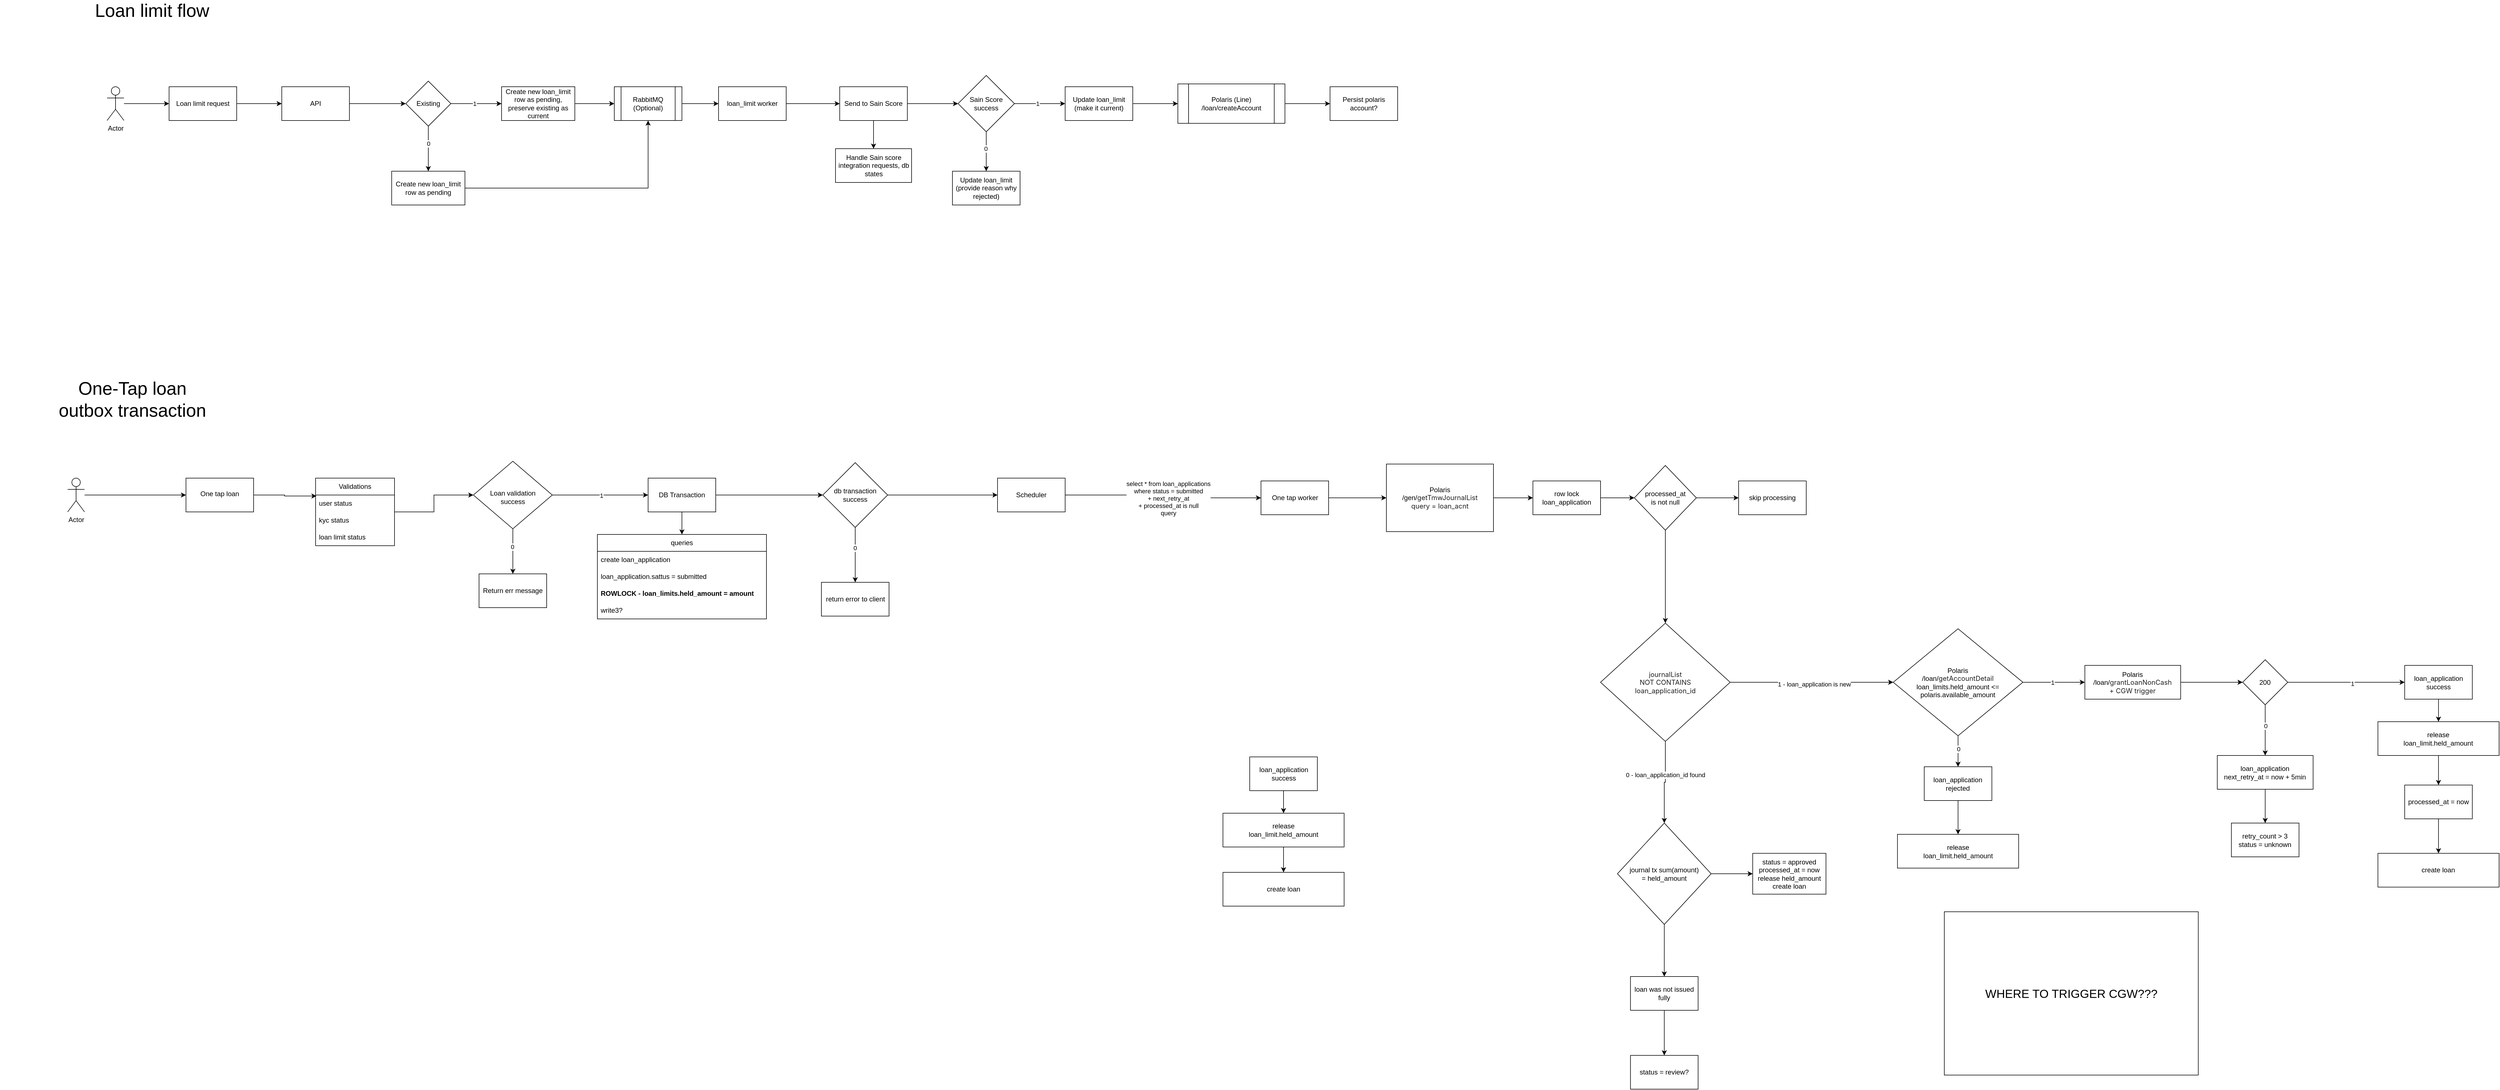
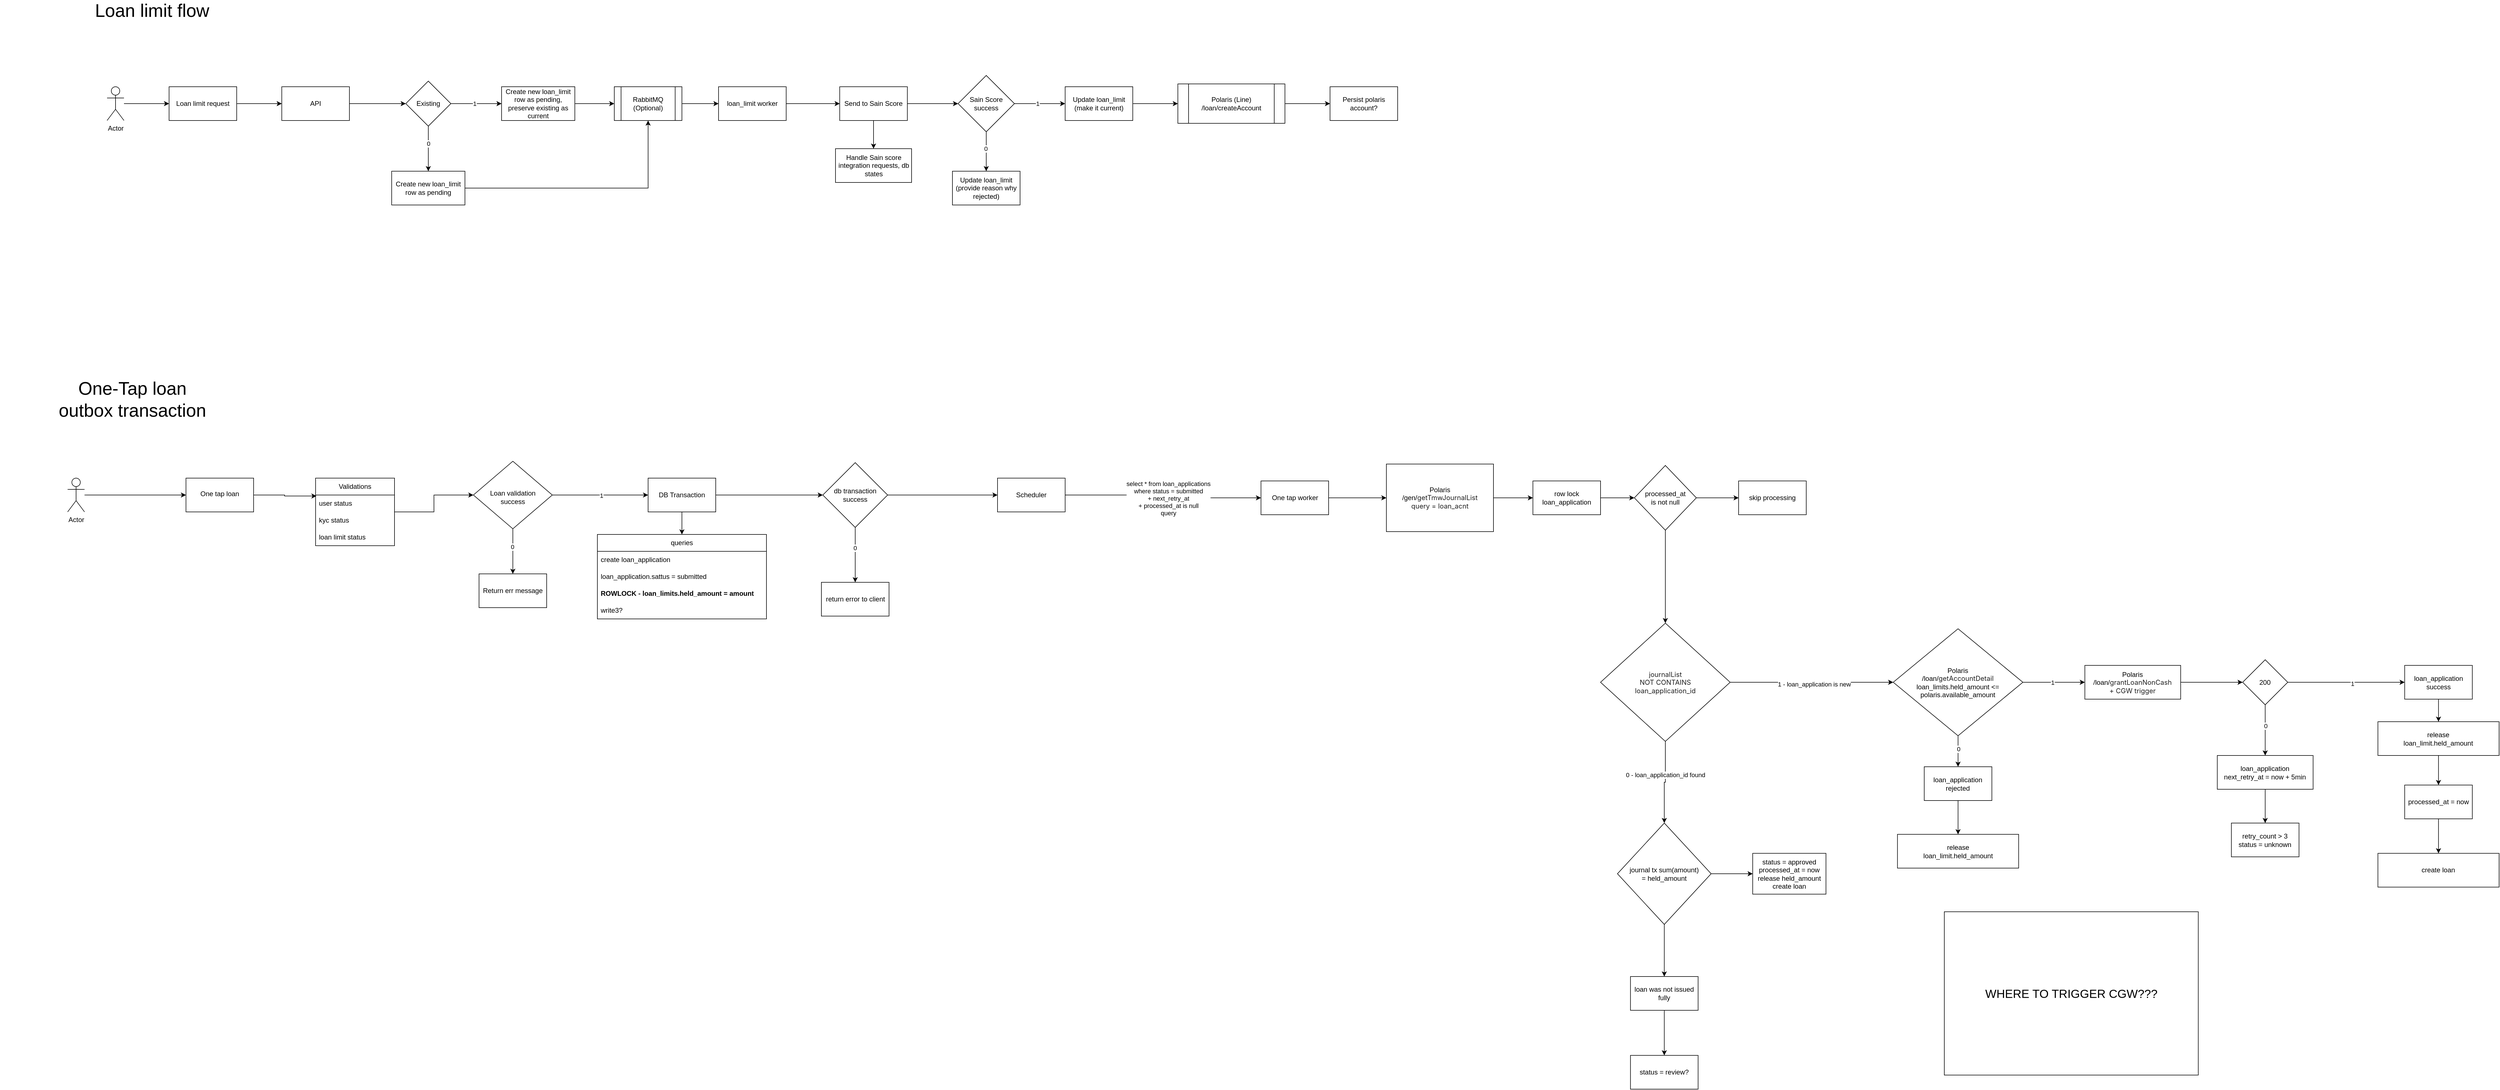
<mxfile host="app.diagrams.net">
  <diagram name="Page-1" id="VCBSuIh8bz7kurrQ0Zaz">
-     <mxGraphModel dx="2067" dy="712" grid="1" gridSize="10" guides="1" tooltips="1" connect="1" arrows="1" fold="1" page="1" pageScale="1" pageWidth="850" pageHeight="1100" math="0" shadow="0">
+     <mxGraphModel dx="2125" dy="746" grid="1" gridSize="10" guides="1" tooltips="1" connect="1" arrows="1" fold="1" page="1" pageScale="1" pageWidth="850" pageHeight="1100" math="0" shadow="0">
      <root>
        <mxCell id="0" />
        <mxCell id="1" parent="0" />
        <mxCell id="KqixbsF9o6dLofBvsG9t-5" edge="1" parent="1" source="KqixbsF9o6dLofBvsG9t-1" style="edgeStyle=orthogonalEdgeStyle;rounded=0;orthogonalLoop=1;jettySize=auto;html=1;" target="KqixbsF9o6dLofBvsG9t-4" value="">
          <mxGeometry relative="1" as="geometry" />
        </mxCell>
        <mxCell id="KqixbsF9o6dLofBvsG9t-1" parent="1" style="rounded=0;whiteSpace=wrap;html=1;" value="Loan limit request" vertex="1">
          <mxGeometry height="60" width="120" x="150" y="210" as="geometry" />
        </mxCell>
        <mxCell id="KqixbsF9o6dLofBvsG9t-3" edge="1" parent="1" source="KqixbsF9o6dLofBvsG9t-2" style="edgeStyle=orthogonalEdgeStyle;rounded=0;orthogonalLoop=1;jettySize=auto;html=1;" target="KqixbsF9o6dLofBvsG9t-1" value="">
          <mxGeometry relative="1" as="geometry" />
        </mxCell>
        <mxCell id="KqixbsF9o6dLofBvsG9t-2" parent="1" style="shape=umlActor;verticalLabelPosition=bottom;verticalAlign=top;html=1;outlineConnect=0;" value="Actor" vertex="1">
          <mxGeometry height="60" width="30" x="40" y="210" as="geometry" />
        </mxCell>
        <mxCell id="KqixbsF9o6dLofBvsG9t-9" edge="1" parent="1" source="KqixbsF9o6dLofBvsG9t-4" style="edgeStyle=orthogonalEdgeStyle;rounded=0;orthogonalLoop=1;jettySize=auto;html=1;" target="KqixbsF9o6dLofBvsG9t-8" value="">
          <mxGeometry relative="1" as="geometry" />
        </mxCell>
        <mxCell id="KqixbsF9o6dLofBvsG9t-4" parent="1" style="rounded=0;whiteSpace=wrap;html=1;" value="API" vertex="1">
          <mxGeometry height="60" width="120" x="350" y="210" as="geometry" />
        </mxCell>
        <mxCell id="KqixbsF9o6dLofBvsG9t-11" edge="1" parent="1" source="KqixbsF9o6dLofBvsG9t-8" style="edgeStyle=orthogonalEdgeStyle;rounded=0;orthogonalLoop=1;jettySize=auto;html=1;" target="KqixbsF9o6dLofBvsG9t-10" value="">
          <mxGeometry relative="1" as="geometry" />
        </mxCell>
        <mxCell id="KqixbsF9o6dLofBvsG9t-12" connectable="0" parent="KqixbsF9o6dLofBvsG9t-11" style="edgeLabel;html=1;align=center;verticalAlign=middle;resizable=0;points=[];" value="1" vertex="1">
          <mxGeometry relative="1" x="-0.079" as="geometry">
            <mxPoint as="offset" />
          </mxGeometry>
        </mxCell>
        <mxCell id="KqixbsF9o6dLofBvsG9t-14" edge="1" parent="1" source="KqixbsF9o6dLofBvsG9t-8" style="edgeStyle=orthogonalEdgeStyle;rounded=0;orthogonalLoop=1;jettySize=auto;html=1;" target="KqixbsF9o6dLofBvsG9t-13" value="">
          <mxGeometry relative="1" as="geometry" />
        </mxCell>
        <mxCell id="KqixbsF9o6dLofBvsG9t-15" connectable="0" parent="KqixbsF9o6dLofBvsG9t-14" style="edgeLabel;html=1;align=center;verticalAlign=middle;resizable=0;points=[];" value="0" vertex="1">
          <mxGeometry relative="1" x="-0.2407" as="geometry">
            <mxPoint as="offset" />
          </mxGeometry>
        </mxCell>
        <mxCell id="KqixbsF9o6dLofBvsG9t-8" parent="1" style="rhombus;whiteSpace=wrap;html=1;rounded=0;" value="Existing" vertex="1">
          <mxGeometry height="80" width="80" x="570" y="200" as="geometry" />
        </mxCell>
        <mxCell id="KqixbsF9o6dLofBvsG9t-23" edge="1" parent="1" source="KqixbsF9o6dLofBvsG9t-10" style="edgeStyle=orthogonalEdgeStyle;rounded=0;orthogonalLoop=1;jettySize=auto;html=1;" target="KqixbsF9o6dLofBvsG9t-22" value="">
          <mxGeometry relative="1" as="geometry" />
        </mxCell>
        <mxCell id="KqixbsF9o6dLofBvsG9t-10" parent="1" style="whiteSpace=wrap;html=1;rounded=0;" value="Create new loan_limit row as pending, preserve existing as current" vertex="1">
          <mxGeometry height="60" width="130" x="740" y="210" as="geometry" />
        </mxCell>
        <mxCell id="KqixbsF9o6dLofBvsG9t-26" edge="1" parent="1" source="KqixbsF9o6dLofBvsG9t-13" style="edgeStyle=orthogonalEdgeStyle;rounded=0;orthogonalLoop=1;jettySize=auto;html=1;entryX=0.5;entryY=1;entryDx=0;entryDy=0;" target="KqixbsF9o6dLofBvsG9t-22">
          <mxGeometry relative="1" as="geometry" />
        </mxCell>
        <mxCell id="KqixbsF9o6dLofBvsG9t-13" parent="1" style="whiteSpace=wrap;html=1;rounded=0;" value="Create new loan_limit row as pending" vertex="1">
          <mxGeometry height="60" width="130" x="545" y="360" as="geometry" />
        </mxCell>
        <mxCell id="KqixbsF9o6dLofBvsG9t-25" edge="1" parent="1" source="KqixbsF9o6dLofBvsG9t-22" style="edgeStyle=orthogonalEdgeStyle;rounded=0;orthogonalLoop=1;jettySize=auto;html=1;" target="KqixbsF9o6dLofBvsG9t-24" value="">
          <mxGeometry relative="1" as="geometry" />
        </mxCell>
        <mxCell id="KqixbsF9o6dLofBvsG9t-22" parent="1" style="shape=process;whiteSpace=wrap;html=1;backgroundOutline=1;rounded=0;" value="RabbitMQ (Optional)" vertex="1">
          <mxGeometry height="60" width="120" x="940" y="210" as="geometry" />
        </mxCell>
        <mxCell id="KqixbsF9o6dLofBvsG9t-28" edge="1" parent="1" source="KqixbsF9o6dLofBvsG9t-24" style="edgeStyle=orthogonalEdgeStyle;rounded=0;orthogonalLoop=1;jettySize=auto;html=1;" target="KqixbsF9o6dLofBvsG9t-27" value="">
          <mxGeometry relative="1" as="geometry" />
        </mxCell>
        <mxCell id="KqixbsF9o6dLofBvsG9t-24" parent="1" style="whiteSpace=wrap;html=1;rounded=0;" value="loan_limit worker" vertex="1">
          <mxGeometry height="60" width="120" x="1125" y="210" as="geometry" />
        </mxCell>
        <mxCell id="KqixbsF9o6dLofBvsG9t-30" edge="1" parent="1" source="KqixbsF9o6dLofBvsG9t-27" style="edgeStyle=orthogonalEdgeStyle;rounded=0;orthogonalLoop=1;jettySize=auto;html=1;" target="KqixbsF9o6dLofBvsG9t-29" value="">
          <mxGeometry relative="1" as="geometry" />
        </mxCell>
        <mxCell id="KqixbsF9o6dLofBvsG9t-38" edge="1" parent="1" source="KqixbsF9o6dLofBvsG9t-27" style="edgeStyle=orthogonalEdgeStyle;rounded=0;orthogonalLoop=1;jettySize=auto;html=1;" target="KqixbsF9o6dLofBvsG9t-37" value="">
          <mxGeometry relative="1" as="geometry" />
        </mxCell>
        <mxCell id="KqixbsF9o6dLofBvsG9t-27" parent="1" style="whiteSpace=wrap;html=1;rounded=0;" value="Send to Sain Score" vertex="1">
          <mxGeometry height="60" width="120" x="1340" y="210" as="geometry" />
        </mxCell>
        <mxCell id="KqixbsF9o6dLofBvsG9t-32" edge="1" parent="1" source="KqixbsF9o6dLofBvsG9t-29" style="edgeStyle=orthogonalEdgeStyle;rounded=0;orthogonalLoop=1;jettySize=auto;html=1;" target="KqixbsF9o6dLofBvsG9t-31" value="">
          <mxGeometry relative="1" as="geometry" />
        </mxCell>
        <mxCell id="KqixbsF9o6dLofBvsG9t-33" connectable="0" parent="KqixbsF9o6dLofBvsG9t-32" style="edgeLabel;html=1;align=center;verticalAlign=middle;resizable=0;points=[];" value="1" vertex="1">
          <mxGeometry relative="1" x="-0.1048" as="geometry">
            <mxPoint as="offset" />
          </mxGeometry>
        </mxCell>
        <mxCell id="KqixbsF9o6dLofBvsG9t-35" edge="1" parent="1" source="KqixbsF9o6dLofBvsG9t-29" style="edgeStyle=orthogonalEdgeStyle;rounded=0;orthogonalLoop=1;jettySize=auto;html=1;" target="KqixbsF9o6dLofBvsG9t-34" value="">
          <mxGeometry relative="1" as="geometry" />
        </mxCell>
        <mxCell id="KqixbsF9o6dLofBvsG9t-36" connectable="0" parent="KqixbsF9o6dLofBvsG9t-35" style="edgeLabel;html=1;align=center;verticalAlign=middle;resizable=0;points=[];" value="0" vertex="1">
          <mxGeometry relative="1" x="-0.1429" y="-1" as="geometry">
            <mxPoint as="offset" />
          </mxGeometry>
        </mxCell>
        <mxCell id="KqixbsF9o6dLofBvsG9t-29" parent="1" style="rhombus;whiteSpace=wrap;html=1;rounded=0;" value="Sain Score success" vertex="1">
          <mxGeometry height="100" width="100" x="1550" y="190" as="geometry" />
        </mxCell>
        <mxCell id="KqixbsF9o6dLofBvsG9t-66" edge="1" parent="1" source="KqixbsF9o6dLofBvsG9t-31" style="edgeStyle=orthogonalEdgeStyle;rounded=0;orthogonalLoop=1;jettySize=auto;html=1;" target="KqixbsF9o6dLofBvsG9t-65" value="">
          <mxGeometry relative="1" as="geometry" />
        </mxCell>
        <mxCell id="KqixbsF9o6dLofBvsG9t-31" parent="1" style="whiteSpace=wrap;html=1;rounded=0;" value="Update loan_limit (make it current)" vertex="1">
          <mxGeometry height="60" width="120" x="1740" y="210" as="geometry" />
        </mxCell>
        <mxCell id="KqixbsF9o6dLofBvsG9t-34" parent="1" style="whiteSpace=wrap;html=1;rounded=0;" value="Update loan_limit&lt;br&gt;(provide reason why rejected)" vertex="1">
          <mxGeometry height="60" width="120" x="1540" y="360" as="geometry" />
        </mxCell>
        <mxCell id="KqixbsF9o6dLofBvsG9t-37" parent="1" style="whiteSpace=wrap;html=1;rounded=0;" value="Handle Sain score integration requests, db states" vertex="1">
          <mxGeometry height="60" width="135" x="1332.5" y="320" as="geometry" />
        </mxCell>
        <mxCell id="KqixbsF9o6dLofBvsG9t-40" parent="1" style="text;html=1;whiteSpace=wrap;strokeColor=none;fillColor=none;align=center;verticalAlign=middle;rounded=0;fontSize=32;" value="Loan limit flow" vertex="1">
          <mxGeometry height="30" width="260" x="-10" y="60" as="geometry" />
        </mxCell>
        <mxCell id="KqixbsF9o6dLofBvsG9t-74" edge="1" parent="1" source="KqixbsF9o6dLofBvsG9t-65" style="edgeStyle=orthogonalEdgeStyle;rounded=0;orthogonalLoop=1;jettySize=auto;html=1;" target="KqixbsF9o6dLofBvsG9t-73" value="">
          <mxGeometry relative="1" as="geometry" />
        </mxCell>
        <mxCell id="KqixbsF9o6dLofBvsG9t-65" parent="1" style="shape=process;whiteSpace=wrap;html=1;backgroundOutline=1;rounded=0;" value="Polaris (Line)&lt;br&gt;/loan/createAccount" vertex="1">
          <mxGeometry height="70" width="190" x="1940" y="205" as="geometry" />
        </mxCell>
        <mxCell id="KqixbsF9o6dLofBvsG9t-73" parent="1" style="whiteSpace=wrap;html=1;rounded=0;" value="Persist polaris account?" vertex="1">
          <mxGeometry height="60" width="120" x="2210" y="210" as="geometry" />
        </mxCell>
        <mxCell id="U8Ajh8Gpa-m2DNKNFQys-1" parent="1" style="text;html=1;whiteSpace=wrap;strokeColor=none;fillColor=none;align=center;verticalAlign=middle;rounded=0;fontSize=32;" value="One-Tap loan&lt;br&gt;outbox transaction" vertex="1">
          <mxGeometry height="30" width="470" x="-150" y="750" as="geometry" />
        </mxCell>
        <mxCell id="In8fDh9ZLN2M87an2Miy-1" edge="1" parent="1" source="In8fDh9ZLN2M87an2Miy-2" style="edgeStyle=orthogonalEdgeStyle;rounded=0;orthogonalLoop=1;jettySize=auto;html=1;" target="In8fDh9ZLN2M87an2Miy-4" value="">
          <mxGeometry relative="1" as="geometry" />
        </mxCell>
        <mxCell id="In8fDh9ZLN2M87an2Miy-2" parent="1" style="shape=umlActor;verticalLabelPosition=bottom;verticalAlign=top;html=1;outlineConnect=0;" value="Actor" vertex="1">
          <mxGeometry height="60" width="30" x="-30" y="905" as="geometry" />
        </mxCell>
        <mxCell id="In8fDh9ZLN2M87an2Miy-3" edge="1" parent="1" source="In8fDh9ZLN2M87an2Miy-4" style="edgeStyle=orthogonalEdgeStyle;rounded=0;orthogonalLoop=1;jettySize=auto;html=1;entryX=0.011;entryY=0.06;entryDx=0;entryDy=0;entryPerimeter=0;" target="In8fDh9ZLN2M87an2Miy-28" value="">
          <mxGeometry relative="1" as="geometry">
            <mxPoint x="390" y="935" as="targetPoint" />
          </mxGeometry>
        </mxCell>
        <mxCell id="In8fDh9ZLN2M87an2Miy-4" parent="1" style="whiteSpace=wrap;html=1;verticalAlign=top;" value="&lt;div&gt;&lt;br&gt;&lt;/div&gt;&lt;div&gt;One tap loan&lt;/div&gt;" vertex="1">
          <mxGeometry height="60" width="120" x="180" y="905" as="geometry" />
        </mxCell>
        <mxCell id="In8fDh9ZLN2M87an2Miy-5" edge="1" parent="1" source="In8fDh9ZLN2M87an2Miy-9" style="edgeStyle=orthogonalEdgeStyle;rounded=0;orthogonalLoop=1;jettySize=auto;html=1;" target="In8fDh9ZLN2M87an2Miy-12" value="">
          <mxGeometry relative="1" as="geometry" />
        </mxCell>
        <mxCell id="In8fDh9ZLN2M87an2Miy-6" connectable="0" parent="In8fDh9ZLN2M87an2Miy-5" style="edgeLabel;html=1;align=center;verticalAlign=middle;resizable=0;points=[];" value="1" vertex="1">
          <mxGeometry relative="1" x="0.0162" y="-1" as="geometry">
            <mxPoint as="offset" />
          </mxGeometry>
        </mxCell>
        <mxCell id="In8fDh9ZLN2M87an2Miy-7" edge="1" parent="1" source="In8fDh9ZLN2M87an2Miy-9" style="edgeStyle=orthogonalEdgeStyle;rounded=0;orthogonalLoop=1;jettySize=auto;html=1;" target="In8fDh9ZLN2M87an2Miy-13" value="">
          <mxGeometry relative="1" as="geometry" />
        </mxCell>
        <mxCell id="In8fDh9ZLN2M87an2Miy-8" connectable="0" parent="In8fDh9ZLN2M87an2Miy-7" style="edgeLabel;html=1;align=center;verticalAlign=middle;resizable=0;points=[];" value="0" vertex="1">
          <mxGeometry relative="1" x="-0.2091" y="-1" as="geometry">
            <mxPoint as="offset" />
          </mxGeometry>
        </mxCell>
        <mxCell id="In8fDh9ZLN2M87an2Miy-9" parent="1" style="rhombus;whiteSpace=wrap;html=1;verticalAlign=top;" value="&lt;br&gt;&lt;br&gt;&lt;div&gt;&lt;br&gt;&lt;/div&gt;&lt;div&gt;Loan validation&lt;br&gt;success&lt;/div&gt;" vertex="1">
          <mxGeometry height="120" width="140" x="690" y="875" as="geometry" />
        </mxCell>
        <mxCell id="In8fDh9ZLN2M87an2Miy-10" edge="1" parent="1" source="In8fDh9ZLN2M87an2Miy-12" style="edgeStyle=orthogonalEdgeStyle;rounded=0;orthogonalLoop=1;jettySize=auto;html=1;entryX=0.5;entryY=0;entryDx=0;entryDy=0;" target="In8fDh9ZLN2M87an2Miy-14">
          <mxGeometry relative="1" as="geometry" />
        </mxCell>
        <mxCell id="In8fDh9ZLN2M87an2Miy-54" edge="1" parent="1" source="In8fDh9ZLN2M87an2Miy-105" style="edgeStyle=orthogonalEdgeStyle;rounded=0;orthogonalLoop=1;jettySize=auto;html=1;exitX=1;exitY=0.5;exitDx=0;exitDy=0;" target="In8fDh9ZLN2M87an2Miy-53" value="">
          <mxGeometry relative="1" as="geometry">
            <mxPoint x="1830" y="940" as="sourcePoint" />
          </mxGeometry>
        </mxCell>
        <mxCell id="In8fDh9ZLN2M87an2Miy-55" connectable="0" parent="In8fDh9ZLN2M87an2Miy-54" style="edgeLabel;html=1;align=center;verticalAlign=middle;resizable=0;points=[];" value="select * from loan_applications&lt;br&gt;where status = submitted&lt;br&gt;+ next_retry_at&lt;br&gt;+ processed_at is null&lt;br&gt;query" vertex="1">
          <mxGeometry relative="1" x="0.0637" y="-1" as="geometry">
            <mxPoint as="offset" />
          </mxGeometry>
        </mxCell>
        <mxCell id="In8fDh9ZLN2M87an2Miy-99" edge="1" parent="1" source="In8fDh9ZLN2M87an2Miy-12" style="edgeStyle=orthogonalEdgeStyle;rounded=0;orthogonalLoop=1;jettySize=auto;html=1;" target="In8fDh9ZLN2M87an2Miy-98" value="">
          <mxGeometry relative="1" as="geometry" />
        </mxCell>
        <mxCell id="In8fDh9ZLN2M87an2Miy-12" parent="1" style="whiteSpace=wrap;html=1;verticalAlign=middle;" value="DB Transaction" vertex="1">
          <mxGeometry height="60" width="120" x="1000" y="905" as="geometry" />
        </mxCell>
        <mxCell id="In8fDh9ZLN2M87an2Miy-13" parent="1" style="whiteSpace=wrap;html=1;verticalAlign=middle;" value="Return err message" vertex="1">
          <mxGeometry height="60" width="120" x="700" y="1075" as="geometry" />
        </mxCell>
        <mxCell id="In8fDh9ZLN2M87an2Miy-14" parent="1" style="swimlane;fontStyle=0;childLayout=stackLayout;horizontal=1;startSize=30;horizontalStack=0;resizeParent=1;resizeParentMax=0;resizeLast=0;collapsible=1;marginBottom=0;whiteSpace=wrap;html=1;" value="queries" vertex="1">
          <mxGeometry height="150" width="300" x="910" y="1005" as="geometry" />
        </mxCell>
        <mxCell id="In8fDh9ZLN2M87an2Miy-15" parent="In8fDh9ZLN2M87an2Miy-14" style="text;strokeColor=none;fillColor=none;align=left;verticalAlign=middle;spacingLeft=4;spacingRight=4;overflow=hidden;points=[[0,0.5],[1,0.5]];portConstraint=eastwest;rotatable=0;whiteSpace=wrap;html=1;" value="create loan_application" vertex="1">
          <mxGeometry height="30" width="300" y="30" as="geometry" />
        </mxCell>
        <mxCell id="In8fDh9ZLN2M87an2Miy-104" parent="In8fDh9ZLN2M87an2Miy-14" style="text;strokeColor=none;fillColor=none;align=left;verticalAlign=middle;spacingLeft=4;spacingRight=4;overflow=hidden;points=[[0,0.5],[1,0.5]];portConstraint=eastwest;rotatable=0;whiteSpace=wrap;html=1;" value="loan_application.sattus = submitted" vertex="1">
          <mxGeometry height="30" width="300" y="60" as="geometry" />
        </mxCell>
        <mxCell id="In8fDh9ZLN2M87an2Miy-16" parent="In8fDh9ZLN2M87an2Miy-14" style="text;strokeColor=none;fillColor=none;align=left;verticalAlign=middle;spacingLeft=4;spacingRight=4;overflow=hidden;points=[[0,0.5],[1,0.5]];portConstraint=eastwest;rotatable=0;whiteSpace=wrap;html=1;fontStyle=1" value="ROWLOCK - loan_limits.held_amount = amount" vertex="1">
          <mxGeometry height="30" width="300" y="90" as="geometry" />
        </mxCell>
        <mxCell id="In8fDh9ZLN2M87an2Miy-17" parent="In8fDh9ZLN2M87an2Miy-14" style="text;strokeColor=none;fillColor=none;align=left;verticalAlign=middle;spacingLeft=4;spacingRight=4;overflow=hidden;points=[[0,0.5],[1,0.5]];portConstraint=eastwest;rotatable=0;whiteSpace=wrap;html=1;" value="write3?" vertex="1">
          <mxGeometry height="30" width="300" y="120" as="geometry" />
        </mxCell>
        <mxCell id="In8fDh9ZLN2M87an2Miy-32" edge="1" parent="1" source="In8fDh9ZLN2M87an2Miy-27" style="edgeStyle=orthogonalEdgeStyle;rounded=0;orthogonalLoop=1;jettySize=auto;html=1;entryX=0;entryY=0.5;entryDx=0;entryDy=0;" target="In8fDh9ZLN2M87an2Miy-9">
          <mxGeometry relative="1" as="geometry" />
        </mxCell>
        <mxCell id="In8fDh9ZLN2M87an2Miy-27" parent="1" style="swimlane;fontStyle=0;childLayout=stackLayout;horizontal=1;startSize=30;horizontalStack=0;resizeParent=1;resizeParentMax=0;resizeLast=0;collapsible=1;marginBottom=0;whiteSpace=wrap;html=1;" value="Validations" vertex="1">
          <mxGeometry height="120" width="140" x="410" y="905" as="geometry" />
        </mxCell>
        <mxCell id="In8fDh9ZLN2M87an2Miy-28" parent="In8fDh9ZLN2M87an2Miy-27" style="text;strokeColor=none;fillColor=none;align=left;verticalAlign=middle;spacingLeft=4;spacingRight=4;overflow=hidden;points=[[0,0.5],[1,0.5]];portConstraint=eastwest;rotatable=0;whiteSpace=wrap;html=1;" value="user status" vertex="1">
          <mxGeometry height="30" width="140" y="30" as="geometry" />
        </mxCell>
        <mxCell id="In8fDh9ZLN2M87an2Miy-29" parent="In8fDh9ZLN2M87an2Miy-27" style="text;strokeColor=none;fillColor=none;align=left;verticalAlign=middle;spacingLeft=4;spacingRight=4;overflow=hidden;points=[[0,0.5],[1,0.5]];portConstraint=eastwest;rotatable=0;whiteSpace=wrap;html=1;" value="kyc status" vertex="1">
          <mxGeometry height="30" width="140" y="60" as="geometry" />
        </mxCell>
        <mxCell id="In8fDh9ZLN2M87an2Miy-33" parent="In8fDh9ZLN2M87an2Miy-27" style="text;strokeColor=none;fillColor=none;align=left;verticalAlign=middle;spacingLeft=4;spacingRight=4;overflow=hidden;points=[[0,0.5],[1,0.5]];portConstraint=eastwest;rotatable=0;whiteSpace=wrap;html=1;" value="loan limit status" vertex="1">
          <mxGeometry height="30" width="140" y="90" as="geometry" />
        </mxCell>
        <mxCell id="In8fDh9ZLN2M87an2Miy-116" edge="1" parent="1" source="In8fDh9ZLN2M87an2Miy-53" style="edgeStyle=orthogonalEdgeStyle;rounded=0;orthogonalLoop=1;jettySize=auto;html=1;entryX=0;entryY=0.5;entryDx=0;entryDy=0;" target="In8fDh9ZLN2M87an2Miy-68">
          <mxGeometry relative="1" as="geometry" />
        </mxCell>
        <mxCell id="In8fDh9ZLN2M87an2Miy-53" parent="1" style="whiteSpace=wrap;html=1;" value="One tap worker" vertex="1">
          <mxGeometry height="60" width="120" x="2087.5" y="910" as="geometry" />
        </mxCell>
        <mxCell id="In8fDh9ZLN2M87an2Miy-67" edge="1" parent="1" source="In8fDh9ZLN2M87an2Miy-58" style="edgeStyle=orthogonalEdgeStyle;rounded=0;orthogonalLoop=1;jettySize=auto;html=1;entryX=0;entryY=0.5;entryDx=0;entryDy=0;" target="In8fDh9ZLN2M87an2Miy-66" value="">
          <mxGeometry relative="1" as="geometry">
            <mxPoint x="3844.37" y="1267.5" as="targetPoint" />
          </mxGeometry>
        </mxCell>
        <mxCell id="In8fDh9ZLN2M87an2Miy-58" parent="1" style="whiteSpace=wrap;html=1;" value="Polaris /loan/&lt;span style=&quot;color: rgb(33, 33, 33); font-family: Inter, system-ui, -apple-system, &amp;quot;system-ui&amp;quot;, &amp;quot;Segoe UI&amp;quot;, Roboto, Oxygen, Ubuntu, Cantarell, &amp;quot;Fira Sans&amp;quot;, &amp;quot;Droid Sans&amp;quot;, Helvetica, Arial, sans-serif; text-align: left; white-space: pre-wrap; background-color: rgb(255, 255, 255);&quot;&gt;grantLoanNonCash&lt;br/&gt;+ CGW trigger&lt;/span&gt;" vertex="1">
          <mxGeometry height="60" width="170" x="3549.37" y="1237.5" as="geometry" />
        </mxCell>
        <mxCell id="In8fDh9ZLN2M87an2Miy-62" edge="1" parent="1" source="In8fDh9ZLN2M87an2Miy-59" style="edgeStyle=orthogonalEdgeStyle;rounded=0;orthogonalLoop=1;jettySize=auto;html=1;" target="In8fDh9ZLN2M87an2Miy-61" value="">
          <mxGeometry relative="1" as="geometry" />
        </mxCell>
        <mxCell id="In8fDh9ZLN2M87an2Miy-91" connectable="0" parent="In8fDh9ZLN2M87an2Miy-62" style="edgeLabel;html=1;align=center;verticalAlign=middle;resizable=0;points=[];" value="0" vertex="1">
          <mxGeometry relative="1" x="-0.1431" as="geometry">
            <mxPoint as="offset" />
          </mxGeometry>
        </mxCell>
        <mxCell id="In8fDh9ZLN2M87an2Miy-65" edge="1" parent="1" source="In8fDh9ZLN2M87an2Miy-59" style="edgeStyle=orthogonalEdgeStyle;rounded=0;orthogonalLoop=1;jettySize=auto;html=1;" target="In8fDh9ZLN2M87an2Miy-58">
          <mxGeometry relative="1" as="geometry" />
        </mxCell>
        <mxCell id="In8fDh9ZLN2M87an2Miy-90" connectable="0" parent="In8fDh9ZLN2M87an2Miy-65" style="edgeLabel;html=1;align=center;verticalAlign=middle;resizable=0;points=[];" value="1" vertex="1">
          <mxGeometry relative="1" x="-0.0451" as="geometry">
            <mxPoint as="offset" />
          </mxGeometry>
        </mxCell>
        <mxCell id="In8fDh9ZLN2M87an2Miy-59" parent="1" style="rhombus;whiteSpace=wrap;html=1;" value="Polaris&lt;br&gt;/loan/&lt;span style=&quot;color: rgb(33, 33, 33); font-family: Inter, system-ui, -apple-system, &amp;quot;system-ui&amp;quot;, &amp;quot;Segoe UI&amp;quot;, Roboto, Oxygen, Ubuntu, Cantarell, &amp;quot;Fira Sans&amp;quot;, &amp;quot;Droid Sans&amp;quot;, Helvetica, Arial, sans-serif; text-align: left; white-space: pre-wrap; background-color: rgb(255, 255, 255);&quot;&gt;getAccountDetail&lt;/span&gt;&lt;br&gt;loan_limits.held_amount &amp;lt;= polaris.available_amount" vertex="1">
          <mxGeometry height="190" width="230" x="3209.37" y="1172.5" as="geometry" />
        </mxCell>
        <mxCell id="In8fDh9ZLN2M87an2Miy-64" edge="1" parent="1" source="In8fDh9ZLN2M87an2Miy-61" style="edgeStyle=orthogonalEdgeStyle;rounded=0;orthogonalLoop=1;jettySize=auto;html=1;" target="In8fDh9ZLN2M87an2Miy-63" value="">
          <mxGeometry relative="1" as="geometry" />
        </mxCell>
        <mxCell id="In8fDh9ZLN2M87an2Miy-61" parent="1" style="whiteSpace=wrap;html=1;" value="loan_application&lt;br&gt;rejected" vertex="1">
          <mxGeometry height="60" width="120" x="3264.37" y="1417.5" as="geometry" />
        </mxCell>
        <mxCell id="In8fDh9ZLN2M87an2Miy-63" parent="1" style="whiteSpace=wrap;html=1;" value="release &lt;br&gt;loan_limit.held_amount" vertex="1">
          <mxGeometry height="60" width="215" x="3216.87" y="1537.5" as="geometry" />
        </mxCell>
        <mxCell id="In8fDh9ZLN2M87an2Miy-81" edge="1" parent="1" source="In8fDh9ZLN2M87an2Miy-66" style="edgeStyle=orthogonalEdgeStyle;rounded=0;orthogonalLoop=1;jettySize=auto;html=1;entryX=0;entryY=0.5;entryDx=0;entryDy=0;" target="In8fDh9ZLN2M87an2Miy-79">
          <mxGeometry relative="1" as="geometry" />
        </mxCell>
        <mxCell id="In8fDh9ZLN2M87an2Miy-92" connectable="0" parent="In8fDh9ZLN2M87an2Miy-81" style="edgeLabel;html=1;align=center;verticalAlign=middle;resizable=0;points=[];" value="1" vertex="1">
          <mxGeometry relative="1" x="0.1055" y="-2" as="geometry">
            <mxPoint as="offset" />
          </mxGeometry>
        </mxCell>
        <mxCell id="In8fDh9ZLN2M87an2Miy-83" edge="1" parent="1" source="In8fDh9ZLN2M87an2Miy-66" style="edgeStyle=orthogonalEdgeStyle;rounded=0;orthogonalLoop=1;jettySize=auto;html=1;" target="In8fDh9ZLN2M87an2Miy-82" value="">
          <mxGeometry relative="1" as="geometry" />
        </mxCell>
        <mxCell id="In8fDh9ZLN2M87an2Miy-93" connectable="0" parent="In8fDh9ZLN2M87an2Miy-83" style="edgeLabel;html=1;align=center;verticalAlign=middle;resizable=0;points=[];" value="0" vertex="1">
          <mxGeometry relative="1" x="-0.1623" as="geometry">
            <mxPoint as="offset" />
          </mxGeometry>
        </mxCell>
        <mxCell id="In8fDh9ZLN2M87an2Miy-66" parent="1" style="rhombus;whiteSpace=wrap;html=1;" value="200" vertex="1">
          <mxGeometry height="80" width="80" x="3829.37" y="1227.5" as="geometry" />
        </mxCell>
        <mxCell id="In8fDh9ZLN2M87an2Miy-119" edge="1" parent="1" source="In8fDh9ZLN2M87an2Miy-68" style="edgeStyle=orthogonalEdgeStyle;rounded=0;orthogonalLoop=1;jettySize=auto;html=1;" target="In8fDh9ZLN2M87an2Miy-118" value="">
          <mxGeometry relative="1" as="geometry" />
        </mxCell>
        <mxCell id="In8fDh9ZLN2M87an2Miy-68" parent="1" style="whiteSpace=wrap;html=1;" value="Polaris&lt;br&gt;/gen/&lt;span style=&quot;white-space: pre-wrap; color: rgb(33, 33, 33); font-family: Inter, system-ui, -apple-system, &amp;quot;system-ui&amp;quot;, &amp;quot;Segoe UI&amp;quot;, Roboto, Oxygen, Ubuntu, Cantarell, &amp;quot;Fira Sans&amp;quot;, &amp;quot;Droid Sans&amp;quot;, Helvetica, Arial, sans-serif; text-align: left; background-color: rgb(255, 255, 255);&quot;&gt;getTmwJournalList&lt;br&gt;query = loan_acnt&lt;/span&gt;" vertex="1">
          <mxGeometry height="120" width="190" x="2310" y="880" as="geometry" />
        </mxCell>
        <mxCell id="In8fDh9ZLN2M87an2Miy-71" edge="1" parent="1" source="In8fDh9ZLN2M87an2Miy-69" style="edgeStyle=orthogonalEdgeStyle;rounded=0;orthogonalLoop=1;jettySize=auto;html=1;entryX=0;entryY=0.5;entryDx=0;entryDy=0;" target="In8fDh9ZLN2M87an2Miy-59">
          <mxGeometry relative="1" as="geometry" />
        </mxCell>
        <mxCell id="In8fDh9ZLN2M87an2Miy-77" connectable="0" parent="In8fDh9ZLN2M87an2Miy-71" style="edgeLabel;html=1;align=center;verticalAlign=middle;resizable=0;points=[];" value="1 - loan_application is new" vertex="1">
          <mxGeometry relative="1" x="0.0312" y="-3" as="geometry">
            <mxPoint as="offset" />
          </mxGeometry>
        </mxCell>
        <mxCell id="In8fDh9ZLN2M87an2Miy-73" edge="1" parent="1" source="In8fDh9ZLN2M87an2Miy-69" style="edgeStyle=orthogonalEdgeStyle;rounded=0;orthogonalLoop=1;jettySize=auto;html=1;entryX=0.5;entryY=0;entryDx=0;entryDy=0;" target="In8fDh9ZLN2M87an2Miy-111" value="">
          <mxGeometry relative="1" as="geometry">
            <mxPoint x="2804.37" y="1467.5" as="targetPoint" />
          </mxGeometry>
        </mxCell>
        <mxCell id="In8fDh9ZLN2M87an2Miy-74" connectable="0" parent="In8fDh9ZLN2M87an2Miy-73" style="edgeLabel;html=1;align=center;verticalAlign=middle;resizable=0;points=[];" value="0 - loan_application_id found" vertex="1">
          <mxGeometry relative="1" x="-0.1975" as="geometry">
            <mxPoint as="offset" />
          </mxGeometry>
        </mxCell>
        <mxCell id="In8fDh9ZLN2M87an2Miy-69" parent="1" style="rhombus;whiteSpace=wrap;html=1;verticalAlign=middle;" value="&lt;div style=&quot;text-align: center;&quot;&gt;&lt;span style=&quot;background-color: light-dark(rgb(255, 255, 255), rgb(18, 18, 18)); color: light-dark(rgb(33, 33, 33), rgb(209, 209, 209)); font-family: Inter, system-ui, -apple-system, &amp;quot;system-ui&amp;quot;, &amp;quot;Segoe UI&amp;quot;, Roboto, Oxygen, Ubuntu, Cantarell, &amp;quot;Fira Sans&amp;quot;, &amp;quot;Droid Sans&amp;quot;, Helvetica, Arial, sans-serif; text-align: left; white-space: pre-wrap;&quot;&gt;journalList&lt;br&gt;NOT CONTAINS&lt;/span&gt;&lt;/div&gt;&lt;span style=&quot;white-space: pre-wrap; color: rgb(33, 33, 33); font-family: Inter, system-ui, -apple-system, &amp;quot;system-ui&amp;quot;, &amp;quot;Segoe UI&amp;quot;, Roboto, Oxygen, Ubuntu, Cantarell, &amp;quot;Fira Sans&amp;quot;, &amp;quot;Droid Sans&amp;quot;, Helvetica, Arial, sans-serif; text-align: left; background-color: rgb(255, 255, 255);&quot;&gt;loan_application_id&lt;/span&gt;" vertex="1">
          <mxGeometry height="210" width="230" x="2690" y="1162.5" as="geometry" />
        </mxCell>
-         <mxCell id="In8fDh9ZLN2M87an2Miy-76" edge="1" parent="1" source="In8fDh9ZLN2M87an2Miy-72" style="edgeStyle=orthogonalEdgeStyle;rounded=0;orthogonalLoop=1;jettySize=auto;html=1;" target="In8fDh9ZLN2M87an2Miy-75" value="">
-           <mxGeometry relative="1" as="geometry" />
-         </mxCell>
-         <mxCell id="In8fDh9ZLN2M87an2Miy-72" parent="1" style="whiteSpace=wrap;html=1;" value="loan_application&lt;br&gt;success" vertex="1">
-           <mxGeometry height="60" width="120" x="2067.5" y="1400" as="geometry" />
-         </mxCell>
-         <mxCell id="In8fDh9ZLN2M87an2Miy-85" edge="1" parent="1" source="In8fDh9ZLN2M87an2Miy-75" style="edgeStyle=orthogonalEdgeStyle;rounded=0;orthogonalLoop=1;jettySize=auto;html=1;" target="In8fDh9ZLN2M87an2Miy-84" value="">
-           <mxGeometry relative="1" as="geometry" />
-         </mxCell>
-         <mxCell id="In8fDh9ZLN2M87an2Miy-75" parent="1" style="whiteSpace=wrap;html=1;" value="release &lt;br&gt;loan_limit.held_amount" vertex="1">
-           <mxGeometry height="60" width="215" x="2020" y="1500" as="geometry" />
-         </mxCell>
        <mxCell id="In8fDh9ZLN2M87an2Miy-78" edge="1" parent="1" source="In8fDh9ZLN2M87an2Miy-79" style="edgeStyle=orthogonalEdgeStyle;rounded=0;orthogonalLoop=1;jettySize=auto;html=1;" target="In8fDh9ZLN2M87an2Miy-80" value="">
          <mxGeometry relative="1" as="geometry" />
        </mxCell>
        <mxCell id="In8fDh9ZLN2M87an2Miy-79" parent="1" style="whiteSpace=wrap;html=1;" value="loan_application&lt;br&gt;success" vertex="1">
          <mxGeometry height="60" width="120" x="4116.87" y="1237.5" as="geometry" />
        </mxCell>
        <mxCell id="In8fDh9ZLN2M87an2Miy-132" edge="1" parent="1" source="In8fDh9ZLN2M87an2Miy-80" style="edgeStyle=orthogonalEdgeStyle;rounded=0;orthogonalLoop=1;jettySize=auto;html=1;" target="In8fDh9ZLN2M87an2Miy-131" value="">
          <mxGeometry relative="1" as="geometry" />
        </mxCell>
        <mxCell id="In8fDh9ZLN2M87an2Miy-80" parent="1" style="whiteSpace=wrap;html=1;" value="release &lt;br&gt;loan_limit.held_amount" vertex="1">
          <mxGeometry height="60" width="215" x="4069.37" y="1337.5" as="geometry" />
        </mxCell>
        <mxCell id="In8fDh9ZLN2M87an2Miy-95" edge="1" parent="1" source="In8fDh9ZLN2M87an2Miy-82" style="edgeStyle=orthogonalEdgeStyle;rounded=0;orthogonalLoop=1;jettySize=auto;html=1;" target="In8fDh9ZLN2M87an2Miy-94" value="">
          <mxGeometry relative="1" as="geometry" />
        </mxCell>
        <mxCell id="In8fDh9ZLN2M87an2Miy-82" parent="1" style="whiteSpace=wrap;html=1;" value="loan_application&lt;br&gt;next_retry_at = now + 5min" vertex="1">
          <mxGeometry height="60" width="170" x="3784.37" y="1397.5" as="geometry" />
-         </mxCell>
-         <mxCell id="In8fDh9ZLN2M87an2Miy-84" parent="1" style="whiteSpace=wrap;html=1;" value="create loan" vertex="1">
-           <mxGeometry height="60" width="215" x="2020" y="1605" as="geometry" />
        </mxCell>
        <mxCell id="In8fDh9ZLN2M87an2Miy-88" parent="1" style="whiteSpace=wrap;html=1;" value="create loan" vertex="1">
          <mxGeometry height="60" width="215" x="4069.37" y="1571.25" as="geometry" />
        </mxCell>
        <mxCell id="In8fDh9ZLN2M87an2Miy-94" parent="1" style="whiteSpace=wrap;html=1;" value="retry_count &amp;gt; 3&lt;br&gt;status = unknown" vertex="1">
          <mxGeometry height="60" width="120" x="3809.37" y="1517.5" as="geometry" />
        </mxCell>
        <mxCell id="In8fDh9ZLN2M87an2Miy-101" edge="1" parent="1" source="In8fDh9ZLN2M87an2Miy-98" style="edgeStyle=orthogonalEdgeStyle;rounded=0;orthogonalLoop=1;jettySize=auto;html=1;" target="In8fDh9ZLN2M87an2Miy-100" value="">
          <mxGeometry relative="1" as="geometry" />
        </mxCell>
        <mxCell id="In8fDh9ZLN2M87an2Miy-103" connectable="0" parent="In8fDh9ZLN2M87an2Miy-101" style="edgeLabel;html=1;align=center;verticalAlign=middle;resizable=0;points=[];" value="0" vertex="1">
          <mxGeometry relative="1" x="-0.2536" y="-1" as="geometry">
            <mxPoint as="offset" />
          </mxGeometry>
        </mxCell>
        <mxCell id="In8fDh9ZLN2M87an2Miy-106" edge="1" parent="1" source="In8fDh9ZLN2M87an2Miy-98" style="edgeStyle=orthogonalEdgeStyle;rounded=0;orthogonalLoop=1;jettySize=auto;html=1;entryX=0;entryY=0.5;entryDx=0;entryDy=0;" target="In8fDh9ZLN2M87an2Miy-105">
          <mxGeometry relative="1" as="geometry" />
        </mxCell>
        <mxCell id="In8fDh9ZLN2M87an2Miy-98" parent="1" style="rhombus;whiteSpace=wrap;html=1;" value="db transaction success" vertex="1">
          <mxGeometry height="115" width="115" x="1310" y="877.5" as="geometry" />
        </mxCell>
        <mxCell id="In8fDh9ZLN2M87an2Miy-100" parent="1" style="whiteSpace=wrap;html=1;" value="return error to client" vertex="1">
          <mxGeometry height="60" width="120" x="1307.5" y="1090" as="geometry" />
        </mxCell>
        <mxCell id="In8fDh9ZLN2M87an2Miy-105" parent="1" style="rounded=0;whiteSpace=wrap;html=1;" value="Scheduler" vertex="1">
          <mxGeometry height="60" width="120" x="1620" y="905" as="geometry" />
        </mxCell>
        <mxCell id="In8fDh9ZLN2M87an2Miy-114" edge="1" parent="1" source="In8fDh9ZLN2M87an2Miy-111" style="edgeStyle=orthogonalEdgeStyle;rounded=0;orthogonalLoop=1;jettySize=auto;html=1;" target="In8fDh9ZLN2M87an2Miy-113" value="">
          <mxGeometry relative="1" as="geometry" />
        </mxCell>
        <mxCell id="In8fDh9ZLN2M87an2Miy-127" edge="1" parent="1" source="In8fDh9ZLN2M87an2Miy-111" style="edgeStyle=orthogonalEdgeStyle;rounded=0;orthogonalLoop=1;jettySize=auto;html=1;" target="In8fDh9ZLN2M87an2Miy-126" value="">
          <mxGeometry relative="1" as="geometry" />
        </mxCell>
        <mxCell id="In8fDh9ZLN2M87an2Miy-111" parent="1" style="rhombus;whiteSpace=wrap;html=1;" value="journal tx sum(amount)&lt;br&gt;= held_amount" vertex="1">
          <mxGeometry height="180" width="166.25" x="2720" y="1517.5" as="geometry" />
        </mxCell>
        <mxCell id="In8fDh9ZLN2M87an2Miy-113" parent="1" style="whiteSpace=wrap;html=1;" value="status = approved&lt;br&gt;processed_at = now&lt;br&gt;release held_amount&lt;br&gt;create loan" vertex="1">
          <mxGeometry height="72.5" width="130" x="2960" y="1571.25" as="geometry" />
        </mxCell>
        <mxCell id="In8fDh9ZLN2M87an2Miy-122" edge="1" parent="1" source="In8fDh9ZLN2M87an2Miy-118" style="edgeStyle=orthogonalEdgeStyle;rounded=0;orthogonalLoop=1;jettySize=auto;html=1;" target="In8fDh9ZLN2M87an2Miy-121" value="">
          <mxGeometry relative="1" as="geometry" />
        </mxCell>
        <mxCell id="In8fDh9ZLN2M87an2Miy-118" parent="1" style="whiteSpace=wrap;html=1;" value="row lock&lt;br&gt;loan_application" vertex="1">
          <mxGeometry height="60" width="120" x="2570" y="910" as="geometry" />
        </mxCell>
        <mxCell id="In8fDh9ZLN2M87an2Miy-124" edge="1" parent="1" source="In8fDh9ZLN2M87an2Miy-121" style="edgeStyle=orthogonalEdgeStyle;rounded=0;orthogonalLoop=1;jettySize=auto;html=1;" target="In8fDh9ZLN2M87an2Miy-123" value="">
          <mxGeometry relative="1" as="geometry" />
        </mxCell>
        <mxCell id="In8fDh9ZLN2M87an2Miy-125" edge="1" parent="1" source="In8fDh9ZLN2M87an2Miy-121" style="edgeStyle=orthogonalEdgeStyle;rounded=0;orthogonalLoop=1;jettySize=auto;html=1;entryX=0.5;entryY=0;entryDx=0;entryDy=0;" target="In8fDh9ZLN2M87an2Miy-69">
          <mxGeometry relative="1" as="geometry" />
        </mxCell>
        <mxCell id="In8fDh9ZLN2M87an2Miy-121" parent="1" style="rhombus;whiteSpace=wrap;html=1;" value="processed_at &lt;br&gt;is not null" vertex="1">
          <mxGeometry height="115" width="110" x="2750" y="882.5" as="geometry" />
        </mxCell>
        <mxCell id="In8fDh9ZLN2M87an2Miy-123" parent="1" style="whiteSpace=wrap;html=1;" value="skip processing" vertex="1">
          <mxGeometry height="60" width="120" x="2935" y="910" as="geometry" />
        </mxCell>
        <mxCell id="In8fDh9ZLN2M87an2Miy-129" edge="1" parent="1" source="In8fDh9ZLN2M87an2Miy-126" style="edgeStyle=orthogonalEdgeStyle;rounded=0;orthogonalLoop=1;jettySize=auto;html=1;" target="In8fDh9ZLN2M87an2Miy-128" value="">
          <mxGeometry relative="1" as="geometry" />
        </mxCell>
        <mxCell id="In8fDh9ZLN2M87an2Miy-126" parent="1" style="whiteSpace=wrap;html=1;" value="loan was not issued fully" vertex="1">
          <mxGeometry height="60" width="120" x="2743.125" y="1790" as="geometry" />
        </mxCell>
        <mxCell id="In8fDh9ZLN2M87an2Miy-128" parent="1" style="whiteSpace=wrap;html=1;" value="status = review?" vertex="1">
          <mxGeometry height="60" width="120" x="2743.125" y="1930" as="geometry" />
        </mxCell>
        <mxCell id="In8fDh9ZLN2M87an2Miy-130" parent="1" style="rounded=0;whiteSpace=wrap;html=1;fontSize=21;" value="WHERE TO TRIGGER CGW???" vertex="1">
          <mxGeometry height="290" width="450.63" x="3300" y="1675" as="geometry" />
        </mxCell>
        <mxCell id="In8fDh9ZLN2M87an2Miy-133" edge="1" parent="1" source="In8fDh9ZLN2M87an2Miy-131" style="edgeStyle=orthogonalEdgeStyle;rounded=0;orthogonalLoop=1;jettySize=auto;html=1;" target="In8fDh9ZLN2M87an2Miy-88" value="">
          <mxGeometry relative="1" as="geometry" />
        </mxCell>
        <mxCell id="In8fDh9ZLN2M87an2Miy-131" parent="1" style="whiteSpace=wrap;html=1;" value="processed_at = now" vertex="1">
          <mxGeometry height="60" width="120" x="4116.87" y="1450" as="geometry" />
        </mxCell>
      </root>
    </mxGraphModel>
  </diagram>
</mxfile>
